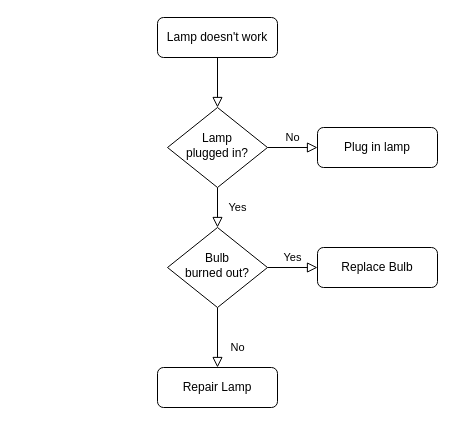
The draw.io diagram Untitled Diagram.drawio in NorthQF/Efficient-Neural-Network-Bilibili, before the edit. Source tidied: cells renumbered, new cells numbered last; positions are measured from the earlier drawing's top-left corner, leaving out a move shared by most shapes. Both pictures are drawn from the tidied source at 100%, with x=0, y=0 at pixel (157, 17).
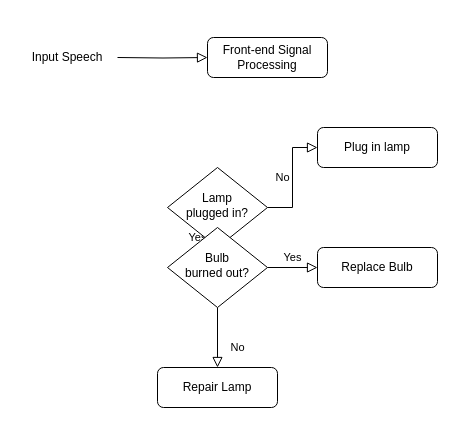
The same diagram, later.

The edit, as a diff of the source:
```diff
@@
 <mxGraphModel>
   <root>
     <mxCell id="0" />
     <mxCell id="1" parent="0" />
-    <mxCell id="2" style="rounded=0;html=1;jettySize=auto;fontSize=11;endArrow=block;endFill=0;endSize=8;strokeWidth=1;shadow=0;labelBackgroundColor=none;edgeStyle=orthogonalEdgeStyle;" parent="1" edge="1" source="3" target="6">
-      <mxGeometry relative="1" as="geometry" />
+    <mxCell id="2" style="rounded=0;html=1;jettySize=auto;fontSize=11;endArrow=block;endFill=0;endSize=8;strokeWidth=1;shadow=0;labelBackgroundColor=none;edgeStyle=orthogonalEdgeStyle;entryX=0;entryY=0.5;entryDx=0;entryDy=0;" parent="1" edge="1" target="13">
+      <mxGeometry relative="1" as="geometry">
+        <mxPoint x="-40" y="40" as="sourcePoint" />
+      </mxGeometry>
     </mxCell>
-    <mxCell id="3" value="Lamp doesn't work" style="rounded=1;whiteSpace=wrap;html=1;fontSize=12;glass=0;strokeWidth=1;shadow=0;" parent="1" vertex="1">
-      <mxGeometry width="120" height="40" as="geometry" />
-    </mxCell>
     <mxCell id="4" value="Yes" style="rounded=0;html=1;jettySize=auto;fontSize=11;endArrow=block;endFill=0;endSize=8;strokeWidth=1;shadow=0;labelBackgroundColor=none;edgeStyle=orthogonalEdgeStyle;" parent="1" edge="1" source="6" target="10">
       <mxGeometry y="20" relative="1" as="geometry" />
     </mxCell>
     <mxCell id="5" value="No" style="edgeStyle=orthogonalEdgeStyle;rounded=0;html=1;jettySize=auto;fontSize=11;endArrow=block;endFill=0;endSize=8;strokeWidth=1;shadow=0;labelBackgroundColor=none;" parent="1" edge="1" source="6" target="7">
       <mxGeometry y="10" relative="1" as="geometry" />
     </mxCell>
     <mxCell id="6" value="Lamp&lt;br&gt;plugged in?" style="rhombus;whiteSpace=wrap;html=1;shadow=0;fontFamily=Helvetica;fontSize=12;align=center;strokeWidth=1;spacing=6;spacingTop=-4;" parent="1" vertex="1">
-      <mxGeometry x="10" y="90" width="100" height="80" as="geometry" />
+      <mxGeometry x="10" y="150" width="100" height="80" as="geometry" />
     </mxCell>
     <mxCell id="7" value="Plug in lamp" style="rounded=1;whiteSpace=wrap;html=1;fontSize=12;glass=0;strokeWidth=1;shadow=0;" parent="1" vertex="1">
       <mxGeometry x="160" y="110" width="120" height="40" as="geometry" />
     </mxCell>
     <mxCell id="8" value="No" style="rounded=0;html=1;jettySize=auto;fontSize=11;endArrow=block;endFill=0;endSize=8;strokeWidth=1;shadow=0;labelBackgroundColor=none;edgeStyle=orthogonalEdgeStyle;" parent="1" edge="1" source="10" target="11">
       <mxGeometry x="0.33" y="20" relative="1" as="geometry" />
     </mxCell>
     <mxCell id="9" value="Yes" style="edgeStyle=orthogonalEdgeStyle;rounded=0;html=1;jettySize=auto;fontSize=11;endArrow=block;endFill=0;endSize=8;strokeWidth=1;shadow=0;labelBackgroundColor=none;" parent="1" edge="1" source="10" target="12">
       <mxGeometry y="10" relative="1" as="geometry" />
     </mxCell>
     <mxCell id="10" value="Bulb&lt;br&gt;burned out?" style="rhombus;whiteSpace=wrap;html=1;shadow=0;fontFamily=Helvetica;fontSize=12;align=center;strokeWidth=1;spacing=6;spacingTop=-4;" parent="1" vertex="1">
       <mxGeometry x="10" y="210" width="100" height="80" as="geometry" />
     </mxCell>
     <mxCell id="11" value="Repair Lamp" style="rounded=1;whiteSpace=wrap;html=1;fontSize=12;glass=0;strokeWidth=1;shadow=0;" parent="1" vertex="1">
       <mxGeometry y="350" width="120" height="40" as="geometry" />
     </mxCell>
     <mxCell id="12" value="Replace Bulb" style="rounded=1;whiteSpace=wrap;html=1;fontSize=12;glass=0;strokeWidth=1;shadow=0;" parent="1" vertex="1">
       <mxGeometry x="160" y="230" width="120" height="40" as="geometry" />
     </mxCell>
+    <mxCell id="13" value="Front-end Signal Processing" style="rounded=1;whiteSpace=wrap;html=1;fontSize=12;glass=0;strokeWidth=1;shadow=0;" parent="1" vertex="1">
+      <mxGeometry x="50" y="20" width="120" height="40" as="geometry" />
+    </mxCell>
+    <mxCell id="14" value="Input Speech" style="text;html=1;strokeColor=none;fillColor=none;align=center;verticalAlign=middle;whiteSpace=wrap;rounded=0;" parent="1" vertex="1">
+      <mxGeometry x="-140" y="25" width="100" height="30" as="geometry" />
+    </mxCell>
   </root>
 </mxGraphModel>
```
